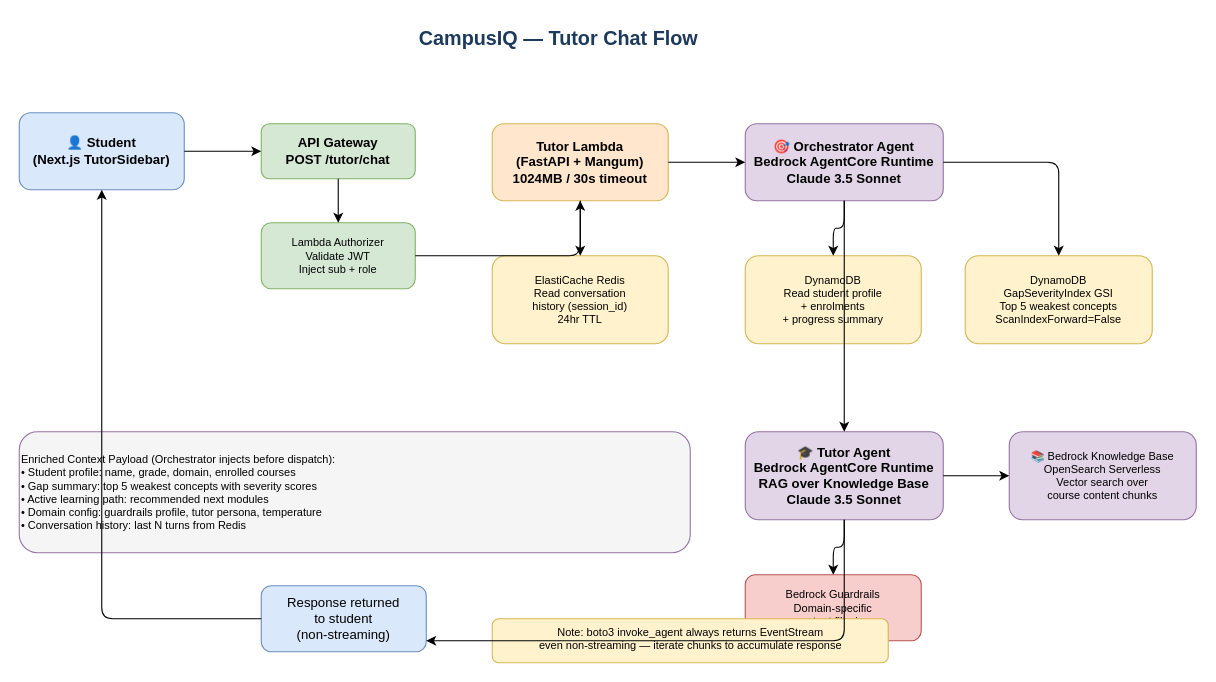
Before: page "4 - Tutor Chat Flow" (4 of 6) of docs/architecture/CampusIQ-Architecture.drawio in anshul14/campusiq, a draw.io diagram. Source tidied: cells renumbered, new cells numbered last; positions are measured from the earlier drawing's top-left corner, leaving out a move shared by most shapes. Both pictures are drawn from the tidied source at 110%, with x=0, y=0 at pixel (19, 19).
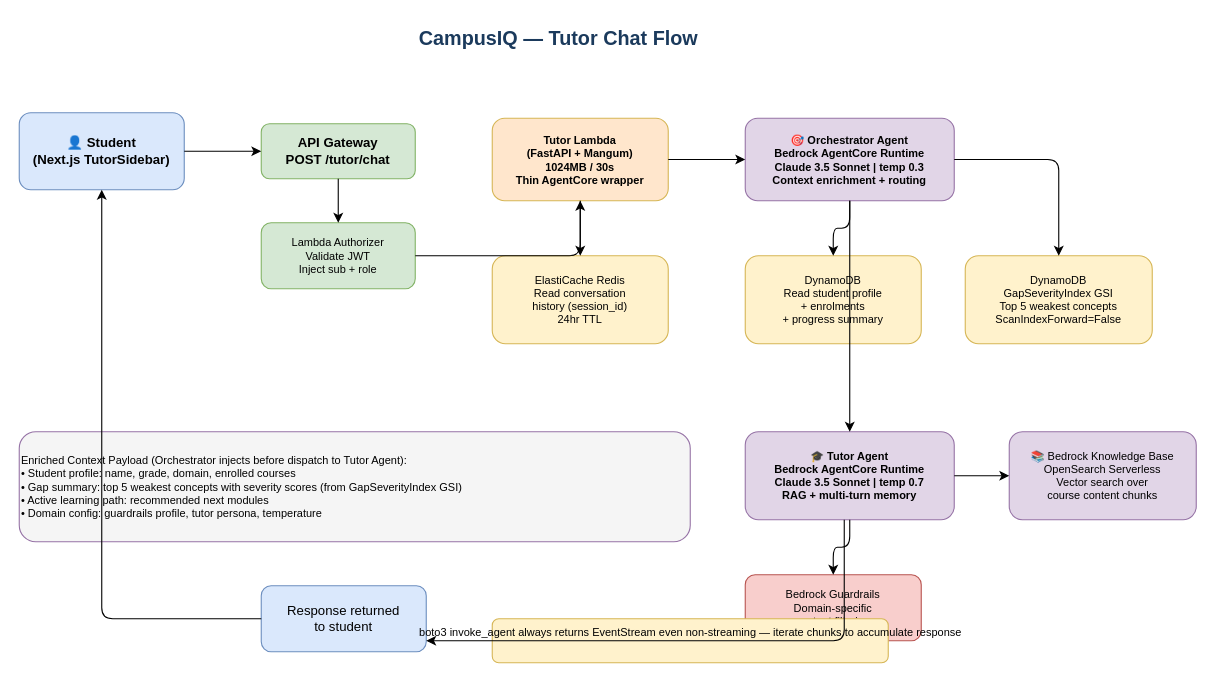
The same page after the edit.

Change to the diagram source:
```diff
@@
-    <mxCell id="6" value="Tutor Lambda&#10;(FastAPI + Mangum)&#10;1024MB / 30s timeout" style="rounded=1;whiteSpace=wrap;html=1;fillColor=#ffe6cc;strokeColor=#d6b656;fontStyle=1;" parent="1" vertex="1">
-      <mxGeometry x="430" y="95" width="160" height="70" as="geometry" />
+    <mxCell id="6" value="Tutor Lambda&#10;(FastAPI + Mangum)&#10;1024MB / 30s&#10;Thin AgentCore wrapper" style="rounded=1;whiteSpace=wrap;html=1;fillColor=#ffe6cc;strokeColor=#d6b656;fontStyle=1;fontSize=10;" parent="1" vertex="1">
+      <mxGeometry x="430" y="90" width="160" height="75" as="geometry" />
     </mxCell>
@@
-    <mxCell id="8" value="🎯 Orchestrator Agent&#10;Bedrock AgentCore Runtime&#10;Claude 3.5 Sonnet" style="rounded=1;whiteSpace=wrap;html=1;fillColor=#e1d5e7;strokeColor=#9673a6;fontStyle=1;" parent="1" vertex="1">
-      <mxGeometry x="660" y="95" width="180" height="70" as="geometry" />
+    <mxCell id="8" value="🎯 Orchestrator Agent&#10;Bedrock AgentCore Runtime&#10;Claude 3.5 Sonnet | temp 0.3&#10;Context enrichment + routing" style="rounded=1;whiteSpace=wrap;html=1;fillColor=#e1d5e7;strokeColor=#9673a6;fontStyle=1;fontSize=10;" parent="1" vertex="1">
+      <mxGeometry x="660" y="90" width="190" height="75" as="geometry" />
     </mxCell>
@@
-    <mxCell id="11" value="🎓 Tutor Agent&#10;Bedrock AgentCore Runtime&#10;RAG over Knowledge Base&#10;Claude 3.5 Sonnet" style="rounded=1;whiteSpace=wrap;html=1;fillColor=#e1d5e7;strokeColor=#9673a6;fontStyle=1;" parent="1" vertex="1">
-      <mxGeometry x="660" y="375" width="180" height="80" as="geometry" />
+    <mxCell id="11" value="🎓 Tutor Agent&#10;Bedrock AgentCore Runtime&#10;Claude 3.5 Sonnet | temp 0.7&#10;RAG + multi-turn memory" style="rounded=1;whiteSpace=wrap;html=1;fillColor=#e1d5e7;strokeColor=#9673a6;fontStyle=1;fontSize=10;" parent="1" vertex="1">
+      <mxGeometry x="660" y="375" width="190" height="80" as="geometry" />
     </mxCell>
@@
-    <mxCell id="14" value="Response returned&#10;to student&#10;(non-streaming)" style="rounded=1;whiteSpace=wrap;html=1;fillColor=#dae8fc;strokeColor=#6c8ebf;" parent="1" vertex="1">
+    <mxCell id="14" value="Response returned&#10;to student" style="rounded=1;whiteSpace=wrap;html=1;fillColor=#dae8fc;strokeColor=#6c8ebf;" parent="1" vertex="1">
       <mxGeometry x="220" y="515" width="150" height="60" as="geometry" />
     </mxCell>
-    <mxCell id="15" value="Enriched Context Payload (Orchestrator injects before dispatch):&#10;• Student profile: name, grade, domain, enrolled courses&#10;• Gap summary: top 5 weakest concepts with severity scores&#10;• Active learning path: recommended next modules&#10;• Domain config: guardrails profile, tutor persona, temperature&#10;• Conversation history: last N turns from Redis" style="rounded=1;whiteSpace=wrap;html=1;fillColor=#f5f5f5;strokeColor=#9673a6;align=left;fontSize=10;" parent="1" vertex="1">
-      <mxGeometry y="375" width="610" height="110" as="geometry" />
+    <mxCell id="15" value="Enriched Context Payload (Orchestrator injects before dispatch to Tutor Agent):&#10;• Student profile: name, grade, domain, enrolled courses&#10;• Gap summary: top 5 weakest concepts with severity scores (from GapSeverityIndex GSI)&#10;• Active learning path: recommended next modules&#10;• Domain config: guardrails profile, tutor persona, temperature" style="rounded=1;whiteSpace=wrap;html=1;fillColor=#f5f5f5;strokeColor=#9673a6;align=left;fontSize=10;" parent="1" vertex="1">
+      <mxGeometry y="375" width="610" height="100" as="geometry" />
     </mxCell>
-    <mxCell id="16" value="Note: boto3 invoke_agent always returns EventStream&#10;even non-streaming — iterate chunks to accumulate response" style="text;html=1;strokeColor=#d6b656;fillColor=#fff2cc;align=center;fontSize=10;rounded=1;" parent="1" vertex="1">
+    <mxCell id="16" value="boto3 invoke_agent always returns EventStream even non-streaming — iterate chunks to accumulate response" style="text;html=1;strokeColor=#d6b656;fillColor=#fff2cc;align=center;fontSize=10;rounded=1;" parent="1" vertex="1">
       <mxGeometry x="430" y="545" width="360" height="40" as="geometry" />
     </mxCell>
```
